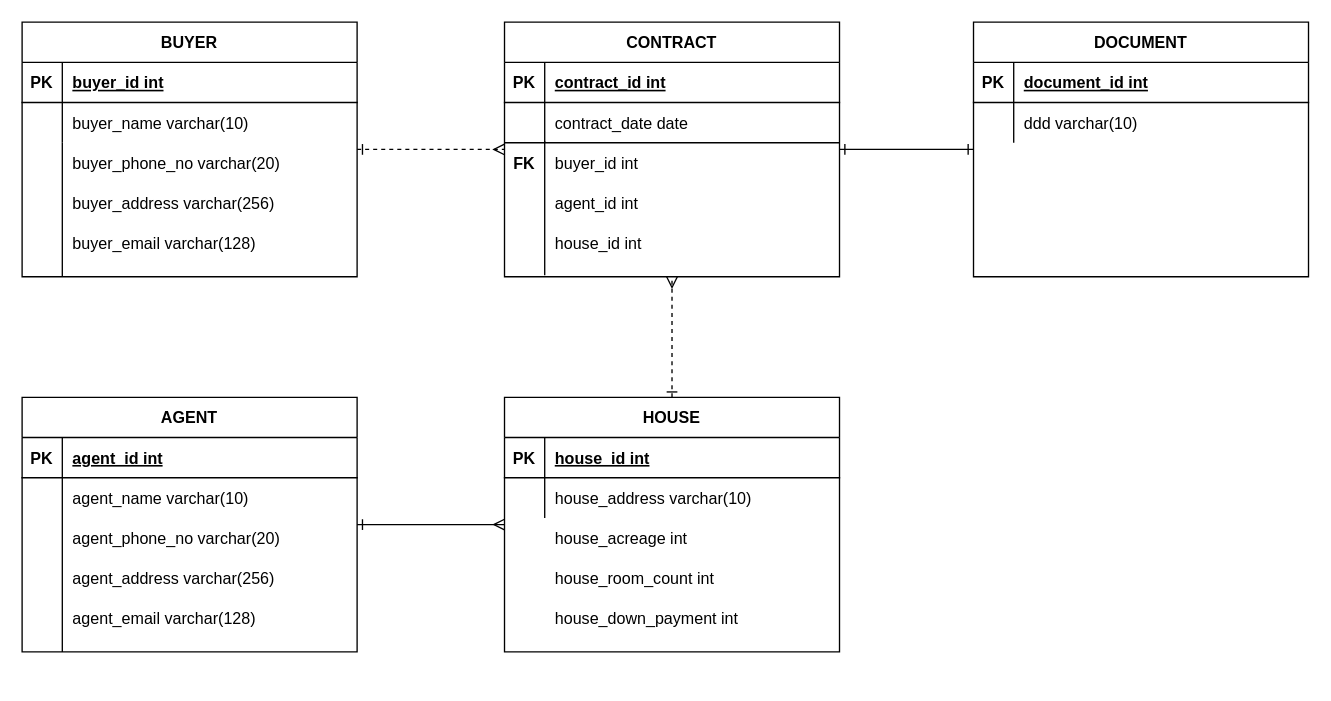
Before: 제목 없는 다이어그램.drawio in lkis71/core, a draw.io diagram. Source tidied: cells renumbered, new cells numbered last; positions are measured from the earlier drawing's top-left corner, leaving out a move shared by most shapes. Both pictures are drawn from the tidied source at 134%, with x=0, y=0 at pixel (21, 21).
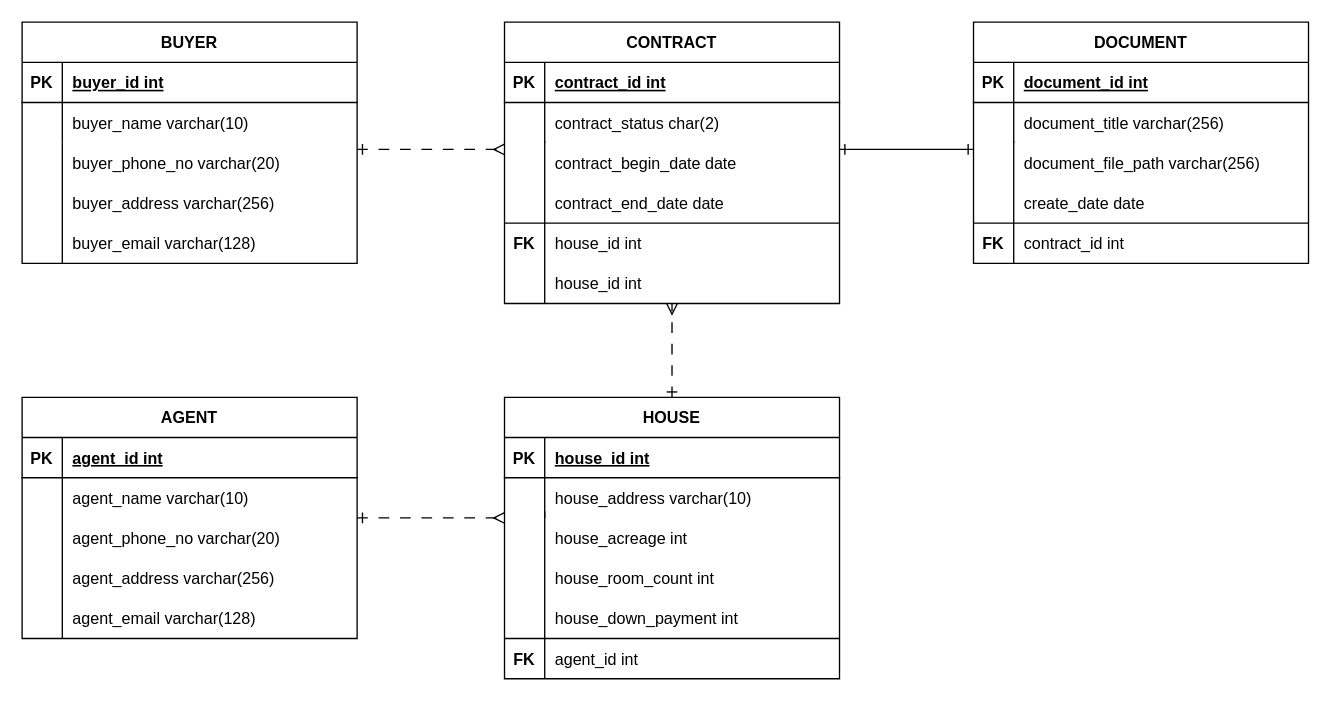
After the change.

Commit message:
제목 없는 다이어그램.drawio 업데이트

Unchanged cells that the change refers to:
```xml
<mxCell id="17" style="shape=partialRectangle;fillColor=none;top=0;left=0;right=0;bottom=0;" parent="13" vertex="1">
  <mxGeometry y="60" width="250" height="30" as="geometry" />
</mxCell>
<mxCell id="24" style="shape=partialRectangle;fillColor=none;top=0;left=0;right=0;bottom=0;" parent="20" vertex="1">
  <mxGeometry y="60" width="250" height="30" as="geometry" />
</mxCell>
```

Diff of the diagram source:
```diff
@@
     <mxCell id="2" value="BUYER" style="shape=table;startSize=30;childLayout=tableLayout;rowLines=0;fontStyle=1;align=center;" parent="1" vertex="1">
-      <mxGeometry width="250" height="190" as="geometry" />
+      <mxGeometry width="250" height="180" as="geometry" />
     </mxCell>
@@
     <mxCell id="12" style="endArrow=none;html=1;rounded=0;" parent="1" edge="1">
       <mxGeometry relative="1" as="geometry">
-        <mxPoint x="30" y="190" as="sourcePoint" />
+        <mxPoint x="30" y="180" as="sourcePoint" />
         <mxPoint x="30" y="90" as="targetPoint" />
       </mxGeometry>
     </mxCell>
     <mxCell id="13" value="CONTRACT" style="shape=table;startSize=30;childLayout=tableLayout;rowLines=0;fontStyle=1;align=center;" parent="1" vertex="1">
-      <mxGeometry x="360" width="250" height="190" as="geometry" />
+      <mxGeometry x="360" width="250" height="210" as="geometry" />
     </mxCell>
@@
-    <mxCell id="19" value="contract_date date" style="shape=partialRectangle;overflow=hidden;fillColor=none;top=0;left=0;bottom=0;right=0;align=left;spacingLeft=6;" parent="17" vertex="1">
+    <mxCell id="19" value="contract_status char(2)" style="shape=partialRectangle;overflow=hidden;fillColor=none;top=0;left=0;bottom=0;right=0;align=left;spacingLeft=6;" parent="17" vertex="1">
       <mxGeometry x="30" width="220" height="30" as="geometry" />
     </mxCell>
     <mxCell id="20" value="DOCUMENT" style="shape=table;startSize=30;childLayout=tableLayout;rowLines=0;fontStyle=1;align=center;" parent="1" vertex="1">
-      <mxGeometry x="710" width="250" height="190" as="geometry" />
+      <mxGeometry x="710" width="250" height="180" as="geometry" />
     </mxCell>
@@
-    <mxCell id="26" value="ddd varchar(10)" style="shape=partialRectangle;overflow=hidden;fillColor=none;top=0;left=0;bottom=0;right=0;align=left;spacingLeft=6;" parent="24" vertex="1">
+    <mxCell id="26" value="document_title varchar(256)" style="shape=partialRectangle;overflow=hidden;fillColor=none;top=0;left=0;bottom=0;right=0;align=left;spacingLeft=6;" parent="24" vertex="1">
       <mxGeometry x="30" width="220" height="30" as="geometry" />
     </mxCell>
     <mxCell id="27" value="HOUSE" style="shape=table;startSize=30;childLayout=tableLayout;rowLines=0;fontStyle=1;align=center;" parent="1" vertex="1">
-      <mxGeometry x="360" y="280" width="250" height="190" as="geometry" />
+      <mxGeometry x="360" y="280" width="250" height="210" as="geometry" />
     </mxCell>
@@
     <mxCell id="34" value="AGENT" style="shape=table;startSize=30;childLayout=tableLayout;rowLines=0;fontStyle=1;align=center;" parent="1" vertex="1">
-      <mxGeometry y="280" width="250" height="190" as="geometry" />
+      <mxGeometry y="280" width="250" height="180" as="geometry" />
     </mxCell>
@@
-    <mxCell id="41" style="endArrow=ERmany;html=1;rounded=0;endFill=0;entryX=0;entryY=0.5;entryDx=0;entryDy=0;startArrow=ERone;startFill=0;dashed=1;" parent="1" edge="1" target="13">
+    <mxCell id="41" style="endArrow=ERmany;html=1;rounded=0;endFill=0;startArrow=ERone;startFill=0;dashed=1;dashPattern=8 8;" parent="1" edge="1">
       <mxGeometry relative="1" as="geometry">
         <mxPoint x="250" y="95" as="sourcePoint" />
+        <mxPoint x="360" y="95" as="targetPoint" />
       </mxGeometry>
     </mxCell>
-    <mxCell id="42" style="endArrow=ERmany;html=1;rounded=0;endFill=0;entryX=0.5;entryY=1;entryDx=0;entryDy=0;startArrow=ERone;startFill=0;exitX=0.5;exitY=0;exitDx=0;exitDy=0;dashed=1;" parent="1" edge="1" source="27" target="13">
+    <mxCell id="42" style="endArrow=ERmany;html=1;rounded=0;endFill=0;entryX=0.5;entryY=1;entryDx=0;entryDy=0;startArrow=ERone;startFill=0;exitX=0.5;exitY=0;exitDx=0;exitDy=0;dashed=1;dashPattern=8 8;" parent="1" edge="1" source="27" target="13">
       <mxGeometry relative="1" as="geometry" />
     </mxCell>
-    <mxCell id="43" style="endArrow=ERone;html=1;rounded=0;endFill=0;startArrow=ERone;startFill=0;exitX=1;exitY=0.5;exitDx=0;exitDy=0;" parent="1" edge="1" source="13">
+    <mxCell id="43" style="endArrow=ERone;html=1;rounded=0;endFill=0;startArrow=ERone;startFill=0;" parent="1" edge="1">
       <mxGeometry relative="1" as="geometry">
+        <mxPoint x="610" y="95" as="sourcePoint" />
         <mxPoint x="710" y="95" as="targetPoint" />
       </mxGeometry>
     </mxCell>
-    <mxCell id="44" style="endArrow=ERmany;html=1;rounded=0;endFill=0;entryX=0;entryY=0.5;entryDx=0;entryDy=0;startArrow=ERone;startFill=0;exitX=1;exitY=0.5;exitDx=0;exitDy=0;" parent="1" edge="1" source="34" target="27">
-      <mxGeometry relative="1" as="geometry" />
+    <mxCell id="44" style="endArrow=ERmany;html=1;rounded=0;endFill=0;startArrow=ERone;startFill=0;exitX=1;exitY=0.5;exitDx=0;exitDy=0;dashed=1;dashPattern=8 8;" parent="1" edge="1" source="34">
+      <mxGeometry relative="1" as="geometry">
+        <mxPoint x="360" y="370" as="targetPoint" />
+      </mxGeometry>
     </mxCell>
-    <mxCell id="45" value="buyer_id int" style="shape=partialRectangle;overflow=hidden;fillColor=none;top=0;left=0;bottom=0;right=0;align=left;spacingLeft=6;" parent="1" vertex="1">
-      <mxGeometry x="390" y="90" width="220" height="30" as="geometry" />
+    <mxCell id="45" value="contract_end_date date" style="shape=partialRectangle;overflow=hidden;fillColor=none;top=0;left=0;bottom=0;right=0;align=left;spacingLeft=6;" parent="1" vertex="1">
+      <mxGeometry x="390" y="120" width="220" height="30" as="geometry" />
     </mxCell>
-    <mxCell id="46" value="agent_id int" style="shape=partialRectangle;overflow=hidden;fillColor=none;top=0;left=0;bottom=0;right=0;align=left;spacingLeft=6;" parent="1" vertex="1">
-      <mxGeometry x="390" y="120" width="220" height="30" as="geometry" />
-    </mxCell>
@@
     <mxCell id="48" style="endArrow=none;html=1;rounded=0;" parent="1" edge="1">
       <mxGeometry relative="1" as="geometry">
-        <mxPoint x="390" y="189" as="sourcePoint" />
+        <mxPoint x="390" y="210" as="sourcePoint" />
         <mxPoint x="390" y="89" as="targetPoint" />
       </mxGeometry>
     </mxCell>
     <mxCell id="49" value="FK" style="shape=partialRectangle;overflow=hidden;fillColor=none;top=0;left=0;bottom=0;right=0;fontStyle=1;" parent="1" vertex="1">
-      <mxGeometry x="360" y="90" width="30" height="30" as="geometry" />
+      <mxGeometry x="360" y="150" width="30" height="30" as="geometry" />
     </mxCell>
     <mxCell id="50" style="endArrow=none;html=1;rounded=0;" parent="1" edge="1">
       <mxGeometry relative="1" as="geometry">
-        <mxPoint x="360" y="90" as="sourcePoint" />
-        <mxPoint x="610" y="90" as="targetPoint" />
+        <mxPoint x="360" y="150" as="sourcePoint" />
+        <mxPoint x="610" y="150" as="targetPoint" />
       </mxGeometry>
     </mxCell>
@@
     <mxCell id="54" style="endArrow=none;html=1;rounded=0;" parent="1" edge="1">
       <mxGeometry relative="1" as="geometry">
-        <mxPoint x="30" y="470" as="sourcePoint" />
+        <mxPoint x="30" y="460" as="sourcePoint" />
         <mxPoint x="30" y="370" as="targetPoint" />
       </mxGeometry>
     </mxCell>
@@
+    <mxCell id="58" style="endArrow=none;html=1;rounded=0;" parent="1" edge="1">
+      <mxGeometry relative="1" as="geometry">
+        <mxPoint x="390" y="490" as="sourcePoint" />
+        <mxPoint x="390" y="365" as="targetPoint" />
+      </mxGeometry>
+    </mxCell>
+    <mxCell id="46" value="agent_id int" style="shape=partialRectangle;overflow=hidden;fillColor=none;top=0;left=0;bottom=0;right=0;align=left;spacingLeft=6;" parent="1" vertex="1">
+      <mxGeometry x="390" y="460" width="220" height="30" as="geometry" />
+    </mxCell>
+    <mxCell id="59" style="endArrow=none;html=1;rounded=0;" parent="1" edge="1">
+      <mxGeometry relative="1" as="geometry">
+        <mxPoint x="360" y="460" as="sourcePoint" />
+        <mxPoint x="610" y="460" as="targetPoint" />
+      </mxGeometry>
+    </mxCell>
+    <mxCell id="60" value="FK" style="shape=partialRectangle;overflow=hidden;fillColor=none;top=0;left=0;bottom=0;right=0;fontStyle=1;" parent="1" vertex="1">
+      <mxGeometry x="360" y="460" width="30" height="30" as="geometry" />
+    </mxCell>
+    <mxCell id="61" value="contract_begin_date date" style="shape=partialRectangle;overflow=hidden;fillColor=none;top=0;left=0;bottom=0;right=0;align=left;spacingLeft=6;" parent="1" vertex="1">
+      <mxGeometry x="390" y="90" width="220" height="30" as="geometry" />
+    </mxCell>
+    <mxCell id="62" value="house_id int" style="shape=partialRectangle;overflow=hidden;fillColor=none;top=0;left=0;bottom=0;right=0;align=left;spacingLeft=6;" parent="1" vertex="1">
+      <mxGeometry x="390" y="180" width="220" height="30" as="geometry" />
+    </mxCell>
+    <mxCell id="63" value="document_file_path varchar(256)" style="shape=partialRectangle;overflow=hidden;fillColor=none;top=0;left=0;bottom=0;right=0;align=left;spacingLeft=6;" parent="1" vertex="1">
+      <mxGeometry x="740" y="90" width="220" height="30" as="geometry" />
+    </mxCell>
+    <mxCell id="64" value="create_date date" style="shape=partialRectangle;overflow=hidden;fillColor=none;top=0;left=0;bottom=0;right=0;align=left;spacingLeft=6;" parent="1" vertex="1">
+      <mxGeometry x="740" y="120" width="220" height="30" as="geometry" />
+    </mxCell>
+    <mxCell id="65" style="endArrow=none;html=1;rounded=0;" parent="1" edge="1">
+      <mxGeometry relative="1" as="geometry">
+        <mxPoint x="710" y="150" as="sourcePoint" />
+        <mxPoint x="960" y="150" as="targetPoint" />
+      </mxGeometry>
+    </mxCell>
+    <mxCell id="66" value="contract_id int" style="shape=partialRectangle;overflow=hidden;fillColor=none;top=0;left=0;bottom=0;right=0;align=left;spacingLeft=6;" parent="1" vertex="1">
+      <mxGeometry x="740" y="150" width="220" height="30" as="geometry" />
+    </mxCell>
+    <mxCell id="67" value="FK" style="shape=partialRectangle;overflow=hidden;fillColor=none;top=0;left=0;bottom=0;right=0;fontStyle=1;" parent="1" vertex="1">
+      <mxGeometry x="710" y="150" width="30" height="30" as="geometry" />
+    </mxCell>
+    <mxCell id="68" style="endArrow=none;html=1;rounded=0;" parent="1" edge="1">
+      <mxGeometry relative="1" as="geometry">
+        <mxPoint x="740" y="180" as="sourcePoint" />
+        <mxPoint x="740" y="89" as="targetPoint" />
+      </mxGeometry>
+    </mxCell>
```
